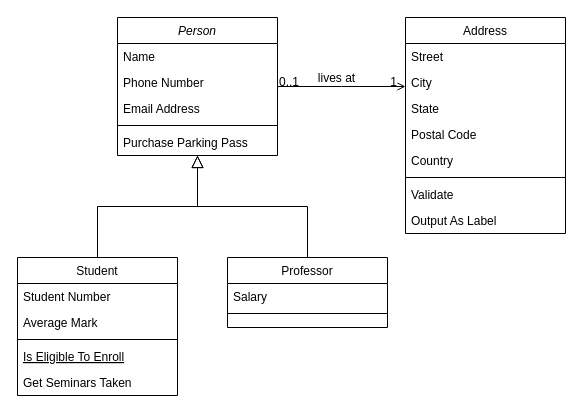
Above: Untitled Diagram.drawio in AndraSatria2018/PPL4624 (draw.io), before the change. Source tidied: cells renumbered, new cells numbered last; positions are measured from the earlier drawing's top-left corner, leaving out a move shared by most shapes. Both pictures are drawn from the tidied source at 100%, with x=0, y=0 at pixel (17, 17).
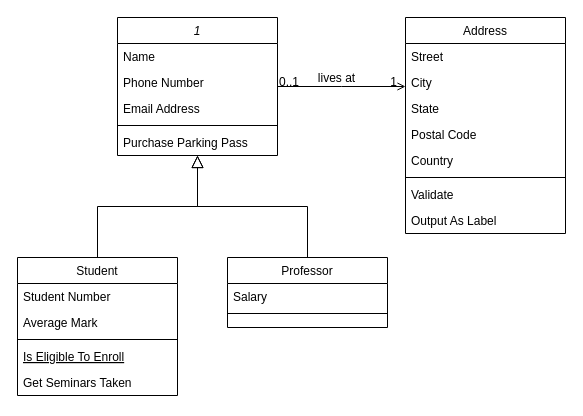
The same diagram, later.

Diff of the diagram source:
```diff
@@
-    <mxCell id="2" value="Person" style="swimlane;fontStyle=2;align=center;verticalAlign=top;horizontal=1;startSize=26;rounded=0;shadow=0;strokeWidth=1;" parent="1" vertex="1">
+    <mxCell id="2" value="1" style="swimlane;fontStyle=2;align=center;verticalAlign=top;horizontal=1;startSize=26;rounded=0;shadow=0;strokeWidth=1;" parent="1" vertex="1">
       <mxGeometry x="100" width="160" height="138" as="geometry" />
     </mxCell>
```
